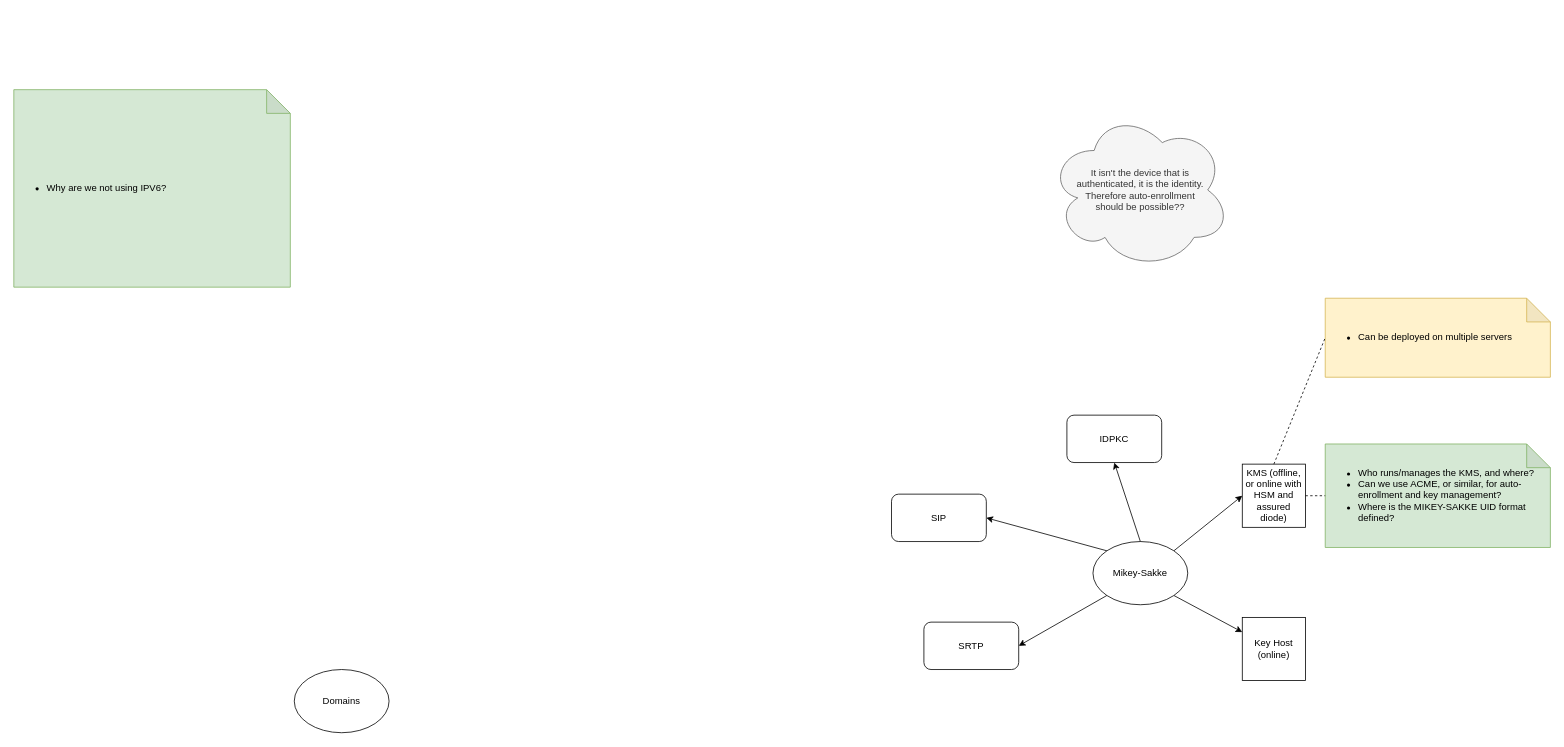
This is Mikey-Sakke.drawio from JimSweeting/Draw.io, a draw.io file, before an edit. Source tidied: cells renumbered, new cells numbered last; positions are measured from the earlier drawing's top-left corner, leaving out a move shared by most shapes. Both pictures are drawn from the tidied source at 79%, with x=0, y=0 at pixel (13, 89).
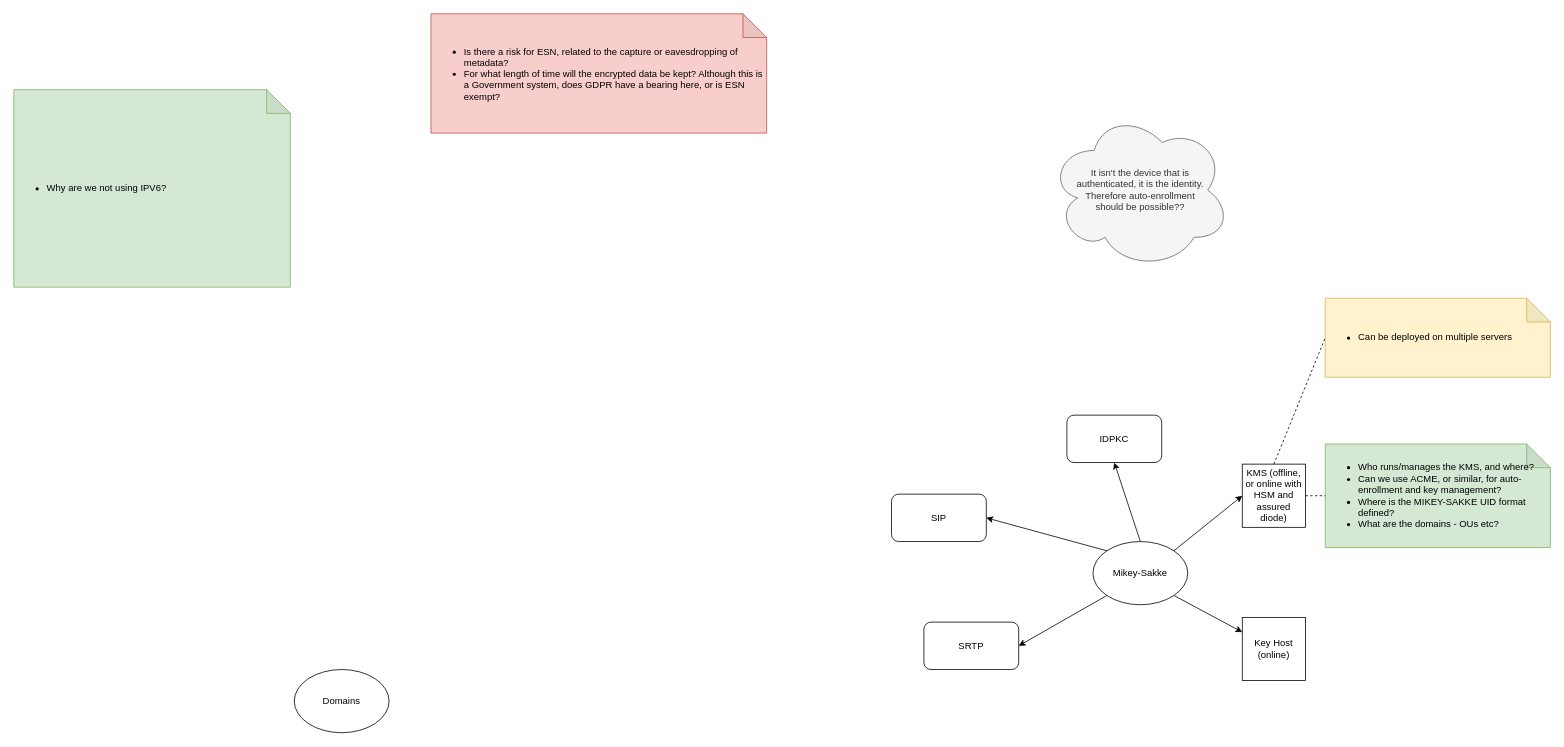
Above is the later version.

What changed in the source:
```diff
@@
-    <mxCell id="11" value="&lt;ul&gt;&lt;li&gt;Who runs/manages the KMS, and where?&lt;/li&gt;&lt;li&gt;Can we use ACME, or similar, for auto-enrollment and key management?&lt;/li&gt;&lt;li&gt;Where is the MIKEY-SAKKE UID format defined?&lt;/li&gt;&lt;/ul&gt;" style="shape=note;whiteSpace=wrap;html=1;backgroundOutline=1;darkOpacity=0.05;align=left;fillColor=#d5e8d4;strokeColor=#82b366;" parent="1" vertex="1">
+    <mxCell id="11" value="&lt;ul&gt;&lt;li&gt;Who runs/manages the KMS, and where?&lt;/li&gt;&lt;li&gt;Can we use ACME, or similar, for auto-enrollment and key management?&lt;/li&gt;&lt;li&gt;Where is the MIKEY-SAKKE UID format defined?&lt;/li&gt;&lt;li&gt;What are the domains - OUs etc?&lt;/li&gt;&lt;/ul&gt;" style="shape=note;whiteSpace=wrap;html=1;backgroundOutline=1;darkOpacity=0.05;align=left;fillColor=#d5e8d4;strokeColor=#82b366;" parent="1" vertex="1">
       <mxGeometry x="1660" y="448.5" width="285" height="131" as="geometry" />
     </mxCell>
@@
+    <mxCell id="20" value="&lt;ul&gt;&lt;li&gt;Is there a risk for ESN, related to the capture or eavesdropping of metadata?&lt;/li&gt;&lt;li&gt;For what length of time will the encrypted data be kept? Although this is a Government system, does GDPR have a bearing here, or is ESN exempt?&lt;/li&gt;&lt;/ul&gt;" style="shape=note;whiteSpace=wrap;html=1;backgroundOutline=1;darkOpacity=0.05;fillColor=#f8cecc;strokeColor=#b85450;align=left;" parent="1" vertex="1">
+      <mxGeometry x="528" y="-96" width="425" height="151" as="geometry" />
+    </mxCell>
```
